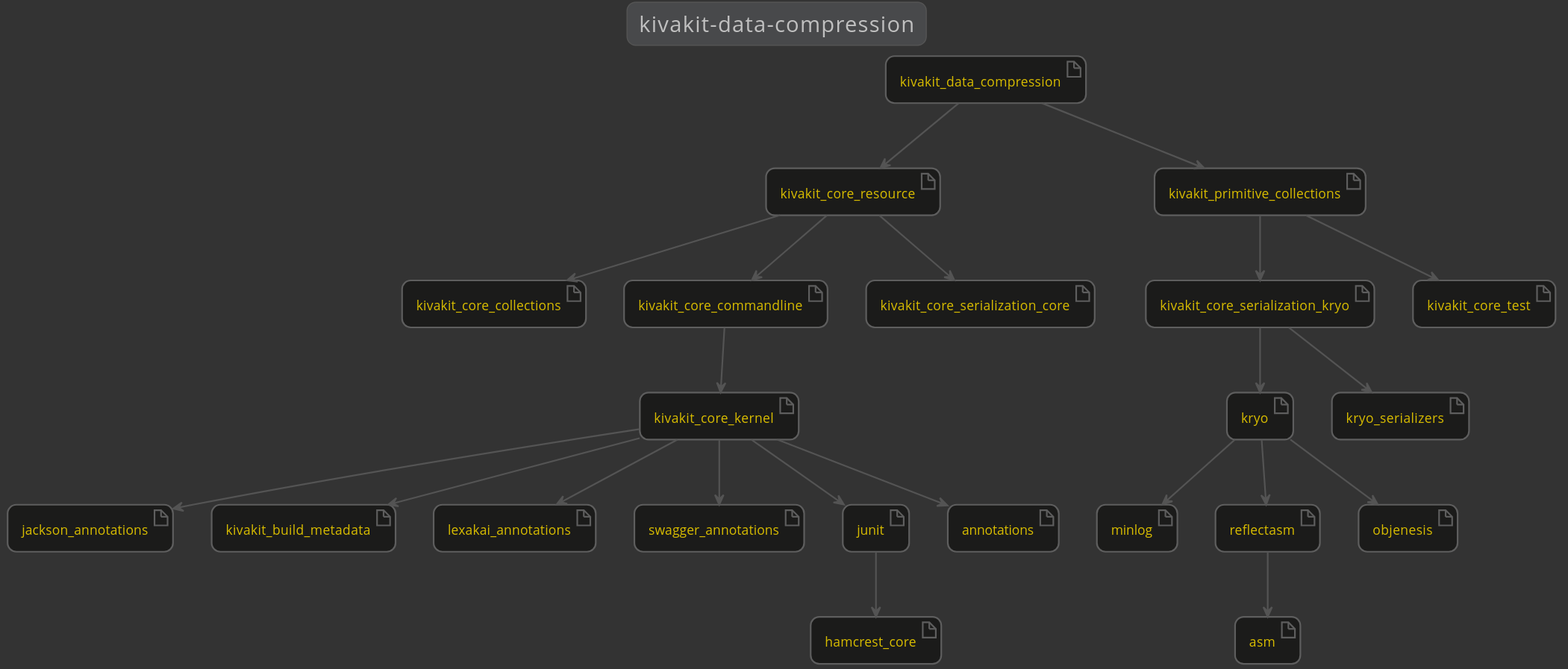
Above: docs/lexakai/kivakit-extensions/kivakit-data/compression/documentation/diagrams/dependencies.svg in Telenav/kivakit-assets (PlantUML), before the change.
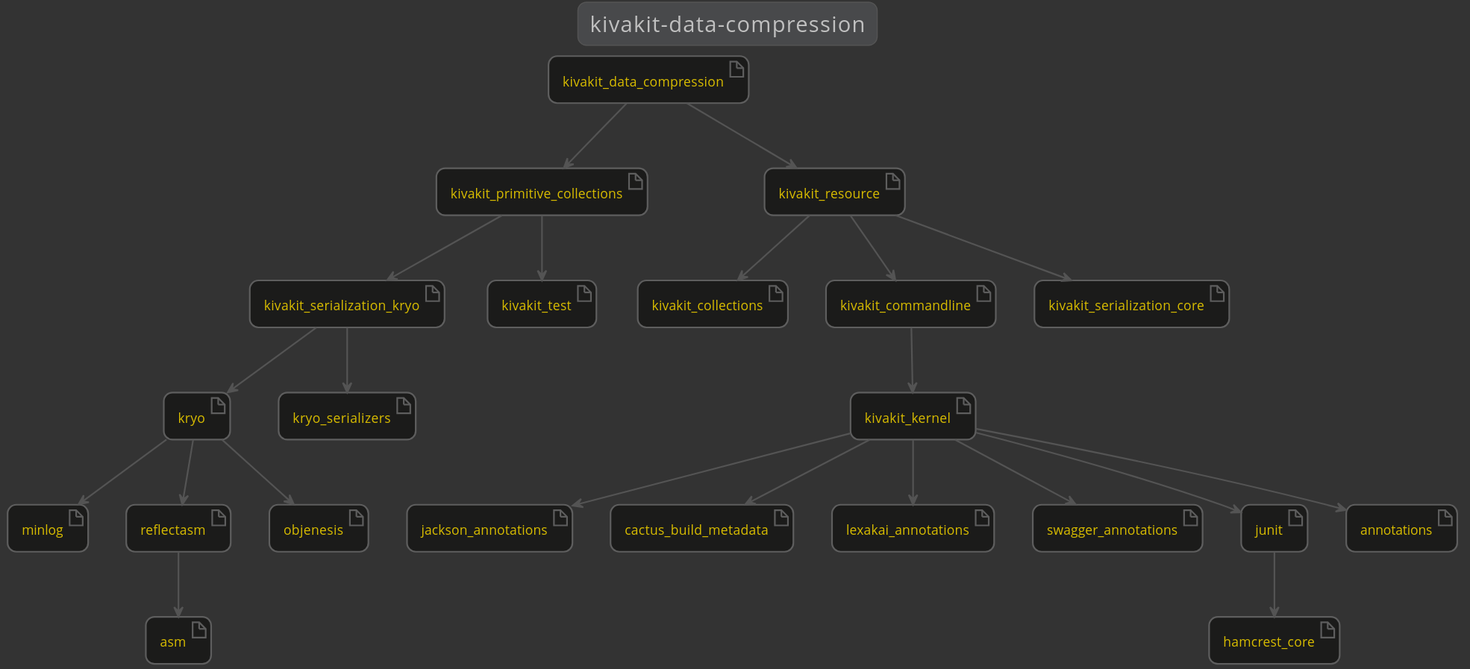
Above is the later version.

What changed in the source:
```diff
@@ -8,16 +8,16 @@
     artifact minlog
     artifact reflectasm
     artifact jackson_annotations
-    artifact kivakit_build_metadata
-    artifact kivakit_core_collections
-    artifact kivakit_core_commandline
-    artifact kivakit_core_kernel
-    artifact kivakit_core_resource
-    artifact kivakit_core_serialization_core
-    artifact kivakit_core_serialization_kryo
-    artifact kivakit_core_test
+    artifact cactus_build_metadata
+    artifact kivakit_collections
+    artifact kivakit_commandline
     artifact kivakit_data_compression
+    artifact kivakit_kernel
     artifact kivakit_primitive_collections
+    artifact kivakit_resource
+    artifact kivakit_serialization_core
+    artifact kivakit_serialization_kryo
+    artifact kivakit_test
     artifact lexakai_annotations
     artifact kryo_serializers
     artifact swagger_annotations
@@ -27,22 +27,22 @@
     artifact objenesis
     artifact asm
     junit --> hamcrest_core
-    kivakit_core_commandline --> kivakit_core_kernel
-    kivakit_core_kernel --> annotations
-    kivakit_core_kernel --> jackson_annotations
-    kivakit_core_kernel --> junit
-    kivakit_core_kernel --> kivakit_build_metadata
-    kivakit_core_kernel --> lexakai_annotations
-    kivakit_core_kernel --> swagger_annotations
-    kivakit_core_resource --> kivakit_core_collections
-    kivakit_core_resource --> kivakit_core_commandline
-    kivakit_core_resource --> kivakit_core_serialization_core
-    kivakit_core_serialization_kryo --> kryo
-    kivakit_core_serialization_kryo --> kryo_serializers
-    kivakit_data_compression --> kivakit_core_resource
+    kivakit_commandline --> kivakit_kernel
     kivakit_data_compression --> kivakit_primitive_collections
-    kivakit_primitive_collections --> kivakit_core_serialization_kryo
-    kivakit_primitive_collections --> kivakit_core_test
+    kivakit_data_compression --> kivakit_resource
+    kivakit_kernel --> annotations
+    kivakit_kernel --> cactus_build_metadata
+    kivakit_kernel --> jackson_annotations
+    kivakit_kernel --> junit
+    kivakit_kernel --> lexakai_annotations
+    kivakit_kernel --> swagger_annotations
+    kivakit_primitive_collections --> kivakit_serialization_kryo
+    kivakit_primitive_collections --> kivakit_test
+    kivakit_resource --> kivakit_collections
+    kivakit_resource --> kivakit_commandline
+    kivakit_resource --> kivakit_serialization_core
+    kivakit_serialization_kryo --> kryo
+    kivakit_serialization_kryo --> kryo_serializers
     kryo --> minlog
     kryo --> objenesis
     kryo --> reflectasm
```
